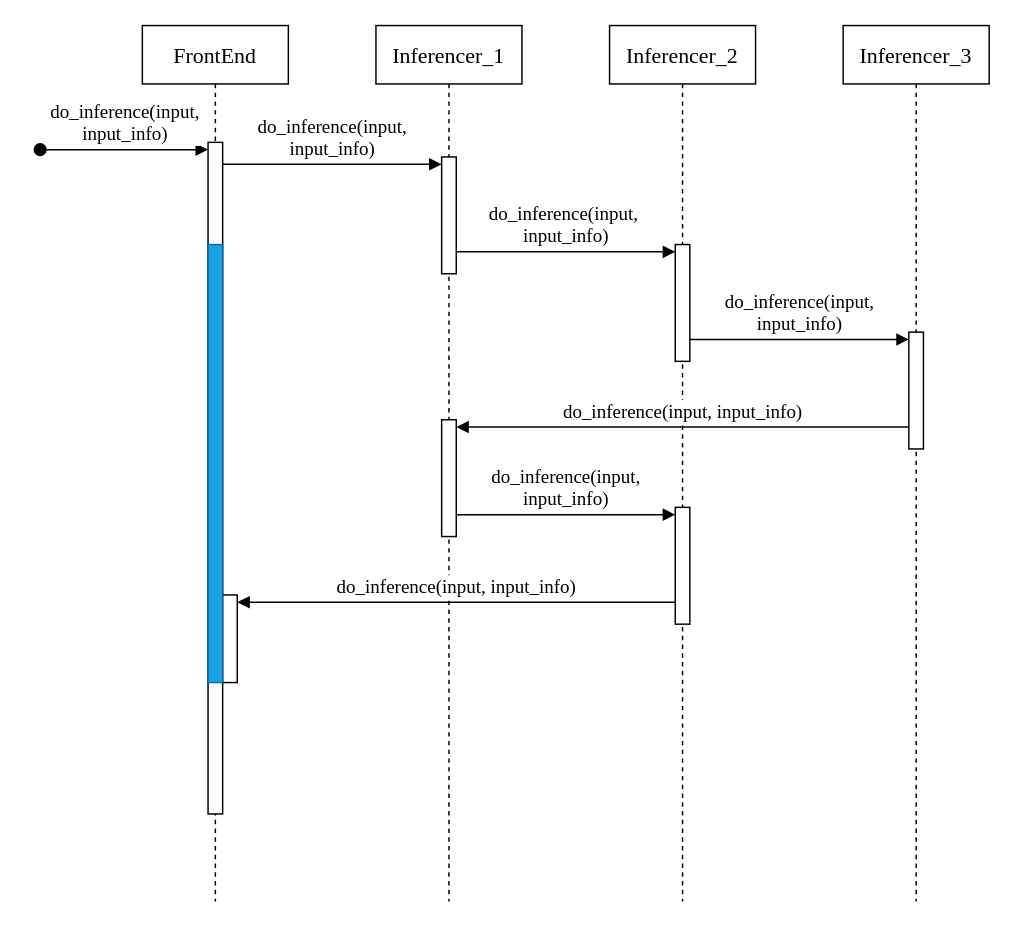
This is page "SD_Inference" (4 of 9) of doc/Diagrammi_Tesi.drawio from SimoneNicosanti/Dissertation, a draw.io file, before an edit. Source tidied: cells renumbered, new cells numbered last; positions are measured from the earlier drawing's top-left corner, leaving out a move shared by most shapes. Both pictures are drawn from the tidied source at 146%, with x=0, y=0 at pixel (39, 25).
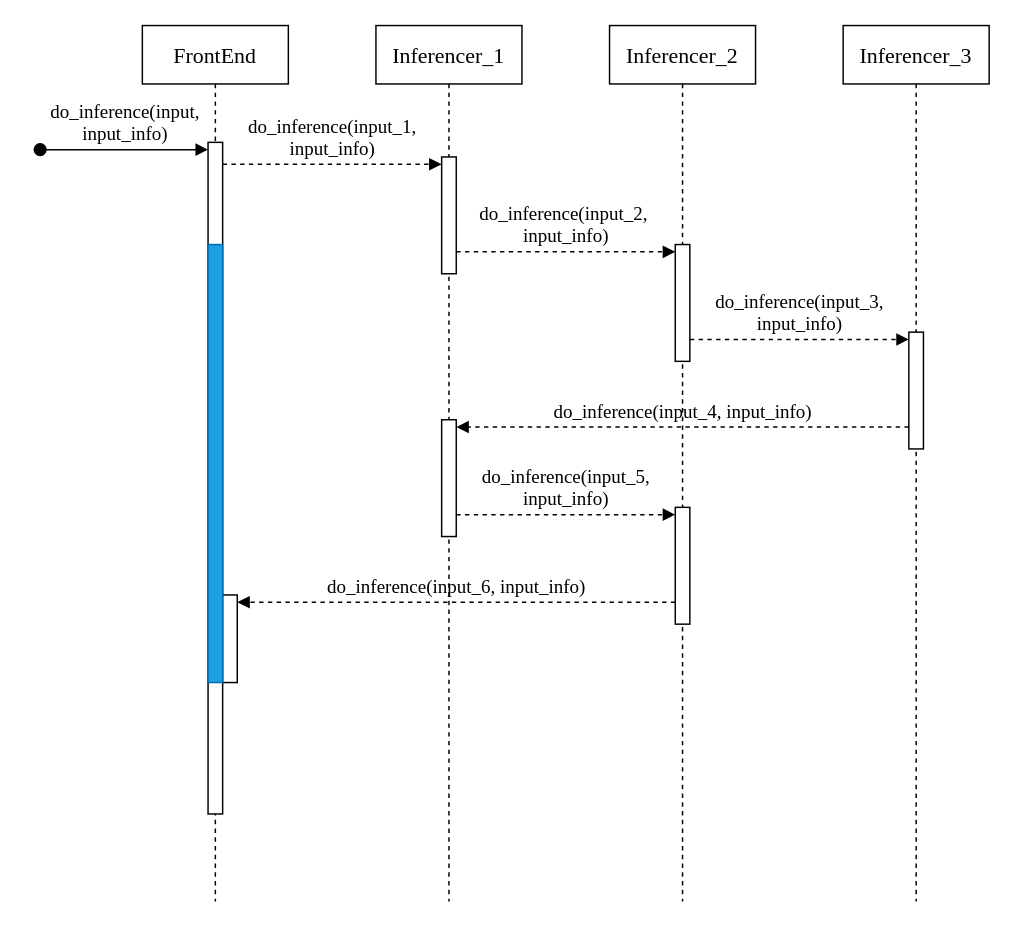
The same page after the edit.

Unchanged cells that the change refers to:
```xml
<mxCell id="3" style="html=1;points=[[0,0,0,0,5],[0,1,0,0,-5],[1,0,0,0,5],[1,1,0,0,-5]];perimeter=orthogonalPerimeter;outlineConnect=0;targetShapes=umlLifeline;portConstraint=eastwest;newEdgeStyle={&quot;curved&quot;:0,&quot;rounded&quot;:0};fontFamily=Times New Roman;fontSize=13;" parent="2" vertex="1">
  <mxGeometry x="45" y="80" width="10" height="460" as="geometry" />
</mxCell>
<mxCell id="5" style="html=1;points=[[0,0,0,0,5],[0,1,0,0,-5],[1,0,0,0,5],[1,1,0,0,-5]];perimeter=orthogonalPerimeter;outlineConnect=0;targetShapes=umlLifeline;portConstraint=eastwest;newEdgeStyle={&quot;curved&quot;:0,&quot;rounded&quot;:0};fontFamily=Times New Roman;fontSize=13;" parent="2" vertex="1">
  <mxGeometry x="55" y="390" width="10" height="60" as="geometry" />
</mxCell>
<mxCell id="8" style="html=1;points=[[0,0,0,0,5],[0,1,0,0,-5],[1,0,0,0,5],[1,1,0,0,-5]];perimeter=orthogonalPerimeter;outlineConnect=0;targetShapes=umlLifeline;portConstraint=eastwest;newEdgeStyle={&quot;curved&quot;:0,&quot;rounded&quot;:0};fontFamily=Times New Roman;fontSize=13;" parent="7" vertex="1">
  <mxGeometry x="45" y="90" width="10" height="80" as="geometry" />
</mxCell>
<mxCell id="9" style="html=1;points=[[0,0,0,0,5],[0,1,0,0,-5],[1,0,0,0,5],[1,1,0,0,-5]];perimeter=orthogonalPerimeter;outlineConnect=0;targetShapes=umlLifeline;portConstraint=eastwest;newEdgeStyle={&quot;curved&quot;:0,&quot;rounded&quot;:0};fontFamily=Times New Roman;fontSize=13;" parent="7" vertex="1">
  <mxGeometry x="45" y="270" width="10" height="80" as="geometry" />
</mxCell>
<mxCell id="11" style="html=1;points=[[0,0,0,0,5],[0,1,0,0,-5],[1,0,0,0,5],[1,1,0,0,-5]];perimeter=orthogonalPerimeter;outlineConnect=0;targetShapes=umlLifeline;portConstraint=eastwest;newEdgeStyle={&quot;curved&quot;:0,&quot;rounded&quot;:0};fontFamily=Times New Roman;fontSize=13;" parent="10" vertex="1">
  <mxGeometry x="45" y="150" width="10" height="80" as="geometry" />
</mxCell>
<mxCell id="12" style="html=1;points=[[0,0,0,0,5],[0,1,0,0,-5],[1,0,0,0,5],[1,1,0,0,-5]];perimeter=orthogonalPerimeter;outlineConnect=0;targetShapes=umlLifeline;portConstraint=eastwest;newEdgeStyle={&quot;curved&quot;:0,&quot;rounded&quot;:0};fontFamily=Times New Roman;fontSize=13;" parent="10" vertex="1">
  <mxGeometry x="45" y="330" width="10" height="80" as="geometry" />
</mxCell>
<mxCell id="14" style="html=1;points=[[0,0,0,0,5],[0,1,0,0,-5],[1,0,0,0,5],[1,1,0,0,-5]];perimeter=orthogonalPerimeter;outlineConnect=0;targetShapes=umlLifeline;portConstraint=eastwest;newEdgeStyle={&quot;curved&quot;:0,&quot;rounded&quot;:0};fontFamily=Times New Roman;fontSize=13;" parent="13" vertex="1">
  <mxGeometry x="45" y="210" width="10" height="80" as="geometry" />
</mxCell>
```

The edit, as a diff of the source:
```diff
@@
-    <mxCell id="2" value="FrontEnd" style="shape=umlLifeline;perimeter=lifelinePerimeter;whiteSpace=wrap;html=1;newEdgeStyle={&quot;curved&quot;:0,&quot;rounded&quot;:0};fontFamily=Times New Roman;fontSize=15;" parent="1" vertex="1">
+    <mxCell id="2" value="FrontEnd" style="shape=umlLifeline;perimeter=lifelinePerimeter;whiteSpace=wrap;html=1;newEdgeStyle={&quot;curved&quot;:0,&quot;rounded&quot;:0};fontFamily=Times New Roman;fontSize=15;labelBackgroundColor=none;" parent="1" vertex="1">
       <mxGeometry x="70" width="100" height="600" as="geometry" />
     </mxCell>
@@
-    <mxCell id="4" value="do_inference(input, &lt;br&gt;input_info)" style="html=1;verticalAlign=bottom;startArrow=oval;endArrow=block;startSize=8;curved=0;rounded=0;entryX=0;entryY=0;entryDx=0;entryDy=5;fontFamily=Times New Roman;fontSize=13;" parent="2" edge="1" target="3">
+    <mxCell id="4" value="do_inference(input, &lt;br&gt;input_info)" style="html=1;verticalAlign=bottom;startArrow=oval;endArrow=block;startSize=8;curved=0;rounded=0;entryX=0;entryY=0;entryDx=0;entryDy=5;fontFamily=Times New Roman;fontSize=13;labelBackgroundColor=none;" parent="2" edge="1" target="3">
       <mxGeometry relative="1" as="geometry">
         <mxPoint x="-70" y="85" as="sourcePoint" />
       </mxGeometry>
     </mxCell>
@@
-    <mxCell id="15" value="do_inference(input,&lt;br&gt;input_info)" style="html=1;verticalAlign=bottom;endArrow=block;curved=0;rounded=0;entryX=0;entryY=0;entryDx=0;entryDy=5;fontFamily=Times New Roman;fontSize=13;" parent="1" edge="1" source="3" target="8">
+    <mxCell id="15" value="do_inference(input_1,&lt;br&gt;input_info)" style="html=1;verticalAlign=bottom;endArrow=block;curved=0;rounded=0;entryX=0;entryY=0;entryDx=0;entryDy=5;fontFamily=Times New Roman;fontSize=13;dashed=1;labelBackgroundColor=none;" parent="1" edge="1" source="3" target="8">
       <mxGeometry relative="1" as="geometry" />
     </mxCell>
-    <mxCell id="16" value="do_inference(input,&amp;nbsp;&lt;br&gt;input_info)" style="html=1;verticalAlign=bottom;endArrow=block;curved=0;rounded=0;entryX=0;entryY=0;entryDx=0;entryDy=5;fontFamily=Times New Roman;fontSize=13;" parent="1" edge="1" source="8" target="11">
+    <mxCell id="16" value="do_inference(input_2,&amp;nbsp;&lt;br&gt;input_info)" style="html=1;verticalAlign=bottom;endArrow=block;curved=0;rounded=0;entryX=0;entryY=0;entryDx=0;entryDy=5;fontFamily=Times New Roman;fontSize=13;dashed=1;labelBackgroundColor=none;" parent="1" edge="1" source="8" target="11">
       <mxGeometry relative="1" as="geometry" />
     </mxCell>
-    <mxCell id="17" value="do_inference(input,&lt;br&gt;input_info)" style="html=1;verticalAlign=bottom;endArrow=block;curved=0;rounded=0;entryX=0;entryY=0;entryDx=0;entryDy=5;fontFamily=Times New Roman;fontSize=13;" parent="1" edge="1" source="11" target="14">
+    <mxCell id="17" value="do_inference(input_3,&lt;br&gt;input_info)" style="html=1;verticalAlign=bottom;endArrow=block;curved=0;rounded=0;entryX=0;entryY=0;entryDx=0;entryDy=5;fontFamily=Times New Roman;fontSize=13;dashed=1;labelBackgroundColor=none;" parent="1" edge="1" source="11" target="14">
       <mxGeometry relative="1" as="geometry" />
     </mxCell>
-    <mxCell id="18" value="do_inference(input, input_info)" style="html=1;verticalAlign=bottom;endArrow=block;curved=0;rounded=0;entryX=1;entryY=0;entryDx=0;entryDy=5;fontFamily=Times New Roman;fontSize=13;" parent="1" edge="1" source="14" target="9">
+    <mxCell id="18" value="do_inference(input_4, input_info)" style="html=1;verticalAlign=bottom;endArrow=block;curved=0;rounded=0;entryX=1;entryY=0;entryDx=0;entryDy=5;fontFamily=Times New Roman;fontSize=13;dashed=1;labelBackgroundColor=none;" parent="1" edge="1" source="14" target="9">
       <mxGeometry relative="1" as="geometry" />
     </mxCell>
-    <mxCell id="19" value="do_inference(input, &lt;br&gt;input_info)" style="html=1;verticalAlign=bottom;endArrow=block;curved=0;rounded=0;entryX=0;entryY=0;entryDx=0;entryDy=5;fontFamily=Times New Roman;fontSize=13;" parent="1" edge="1" source="9" target="12">
+    <mxCell id="19" value="do_inference(input_5, &lt;br&gt;input_info)" style="html=1;verticalAlign=bottom;endArrow=block;curved=0;rounded=0;entryX=0;entryY=0;entryDx=0;entryDy=5;fontFamily=Times New Roman;fontSize=13;dashed=1;labelBackgroundColor=none;" parent="1" edge="1" source="9" target="12">
       <mxGeometry relative="1" as="geometry" />
     </mxCell>
-    <mxCell id="20" value="do_inference(input, input_info)" style="html=1;verticalAlign=bottom;endArrow=block;curved=0;rounded=0;entryX=1;entryY=0;entryDx=0;entryDy=5;fontFamily=Times New Roman;fontSize=13;" parent="1" edge="1" source="12" target="5">
+    <mxCell id="20" value="do_inference(input_6, input_info)" style="html=1;verticalAlign=bottom;endArrow=block;curved=0;rounded=0;entryX=1;entryY=0;entryDx=0;entryDy=5;fontFamily=Times New Roman;fontSize=13;dashed=1;labelBackgroundColor=none;" parent="1" edge="1" source="12" target="5">
       <mxGeometry relative="1" as="geometry" />
     </mxCell>
```
